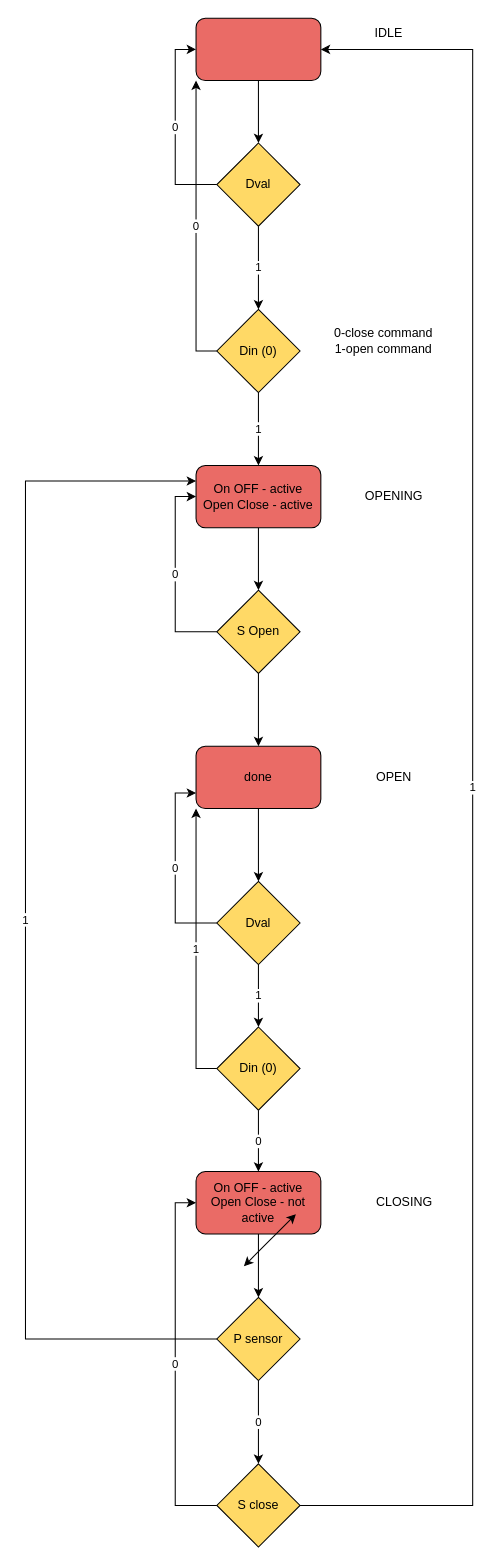
This is door_controller.drawio from alimertgok/Hardware-and-Software-Lab, a draw.io file, before an edit. Source tidied: cells renumbered, new cells numbered last; positions are measured from the earlier drawing's top-left corner, leaving out a move shared by most shapes. Both pictures are drawn from the tidied source at 104%, with x=0, y=0 at pixel (25, 18).
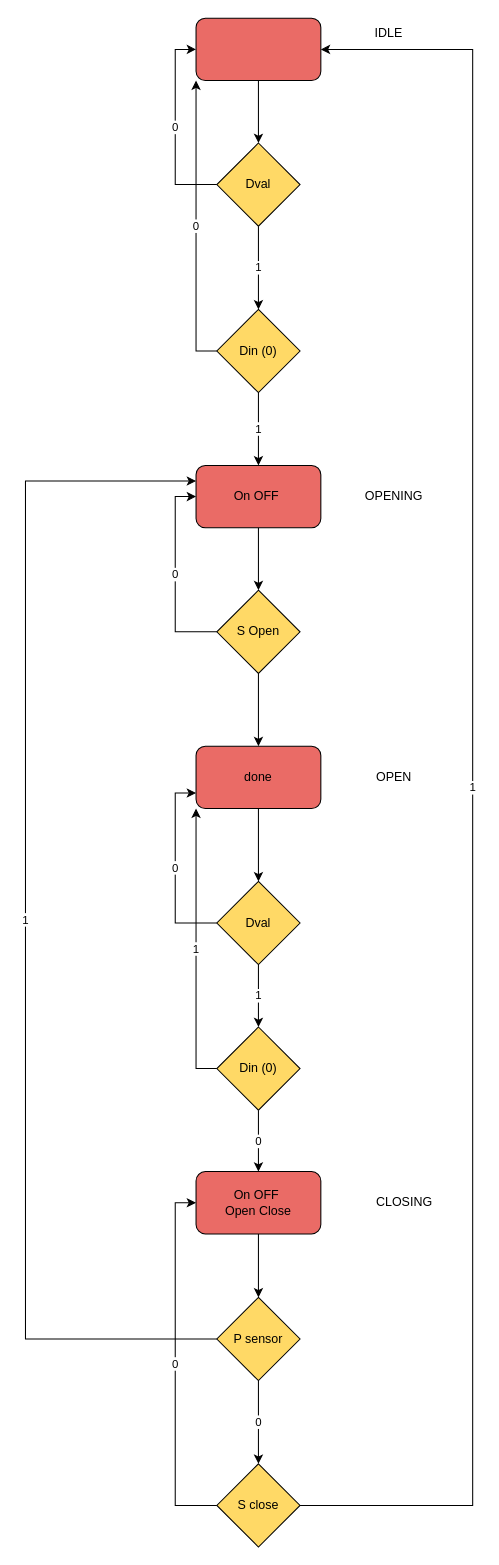
The same diagram, later.

Change to the diagram source:
```diff
@@
-    <mxCell id="10" value="0-close command&lt;br&gt;1-open command" style="text;html=1;align=center;verticalAlign=middle;strokeColor=none;fillColor=none;" parent="1" vertex="1">
-      <mxGeometry x="284" y="290" width="120" height="40" as="geometry" />
-    </mxCell>
@@
-    <mxCell id="13" value="On OFF - active&lt;br&gt;Open Close - active" style="rounded=1;whiteSpace=wrap;html=1;fillColor=#EA6B66;" parent="1" vertex="1">
+    <mxCell id="13" value="On OFF&amp;nbsp;" style="rounded=1;whiteSpace=wrap;html=1;fillColor=#EA6B66;" parent="1" vertex="1">
       <mxGeometry x="164" y="430" width="120" height="60" as="geometry" />
     </mxCell>
@@
-    <mxCell id="28" value="On OFF - active&lt;br&gt;Open Close - not active" style="rounded=1;whiteSpace=wrap;html=1;fillColor=#EA6B66;" parent="1" vertex="1">
+    <mxCell id="28" value="On OFF&amp;nbsp;&lt;br&gt;Open Close" style="rounded=1;whiteSpace=wrap;html=1;fillColor=#EA6B66;" parent="1" vertex="1">
       <mxGeometry x="164" y="1109" width="120" height="60" as="geometry" />
     </mxCell>
@@
-    <mxCell id="32" style="endArrow=classic;startArrow=classic;html=1;rounded=0;" parent="1" edge="1">
-      <mxGeometry relative="1" as="geometry">
-        <mxPoint x="210" y="1200" as="sourcePoint" />
-        <mxPoint x="260" y="1150" as="targetPoint" />
-      </mxGeometry>
-    </mxCell>
```
